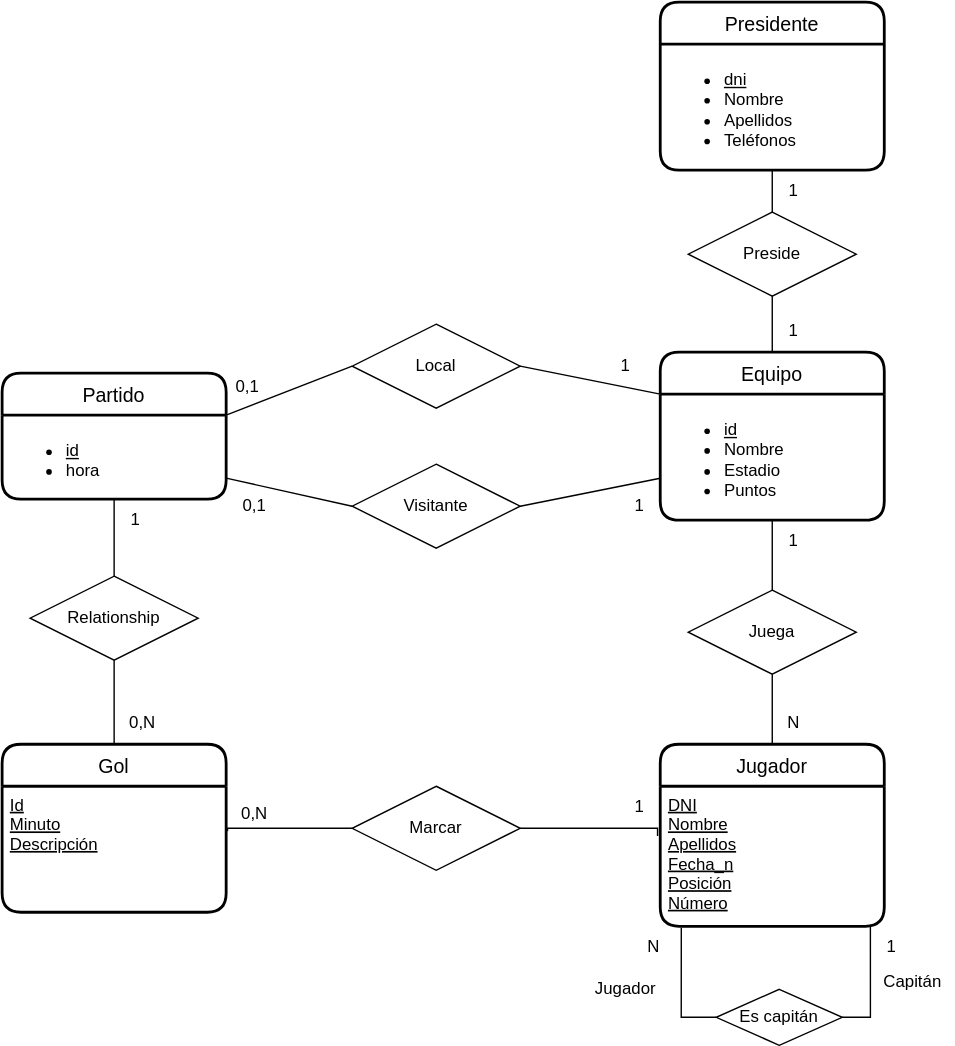
Before: UD12-10.svg, a diagram exported from draw.io (Jimxx22/C3-UD11-UML). Source tidied: cells renumbered, new cells last; positions are measured from the earlier drawing's top-left corner, leaving out a move shared by most shapes.
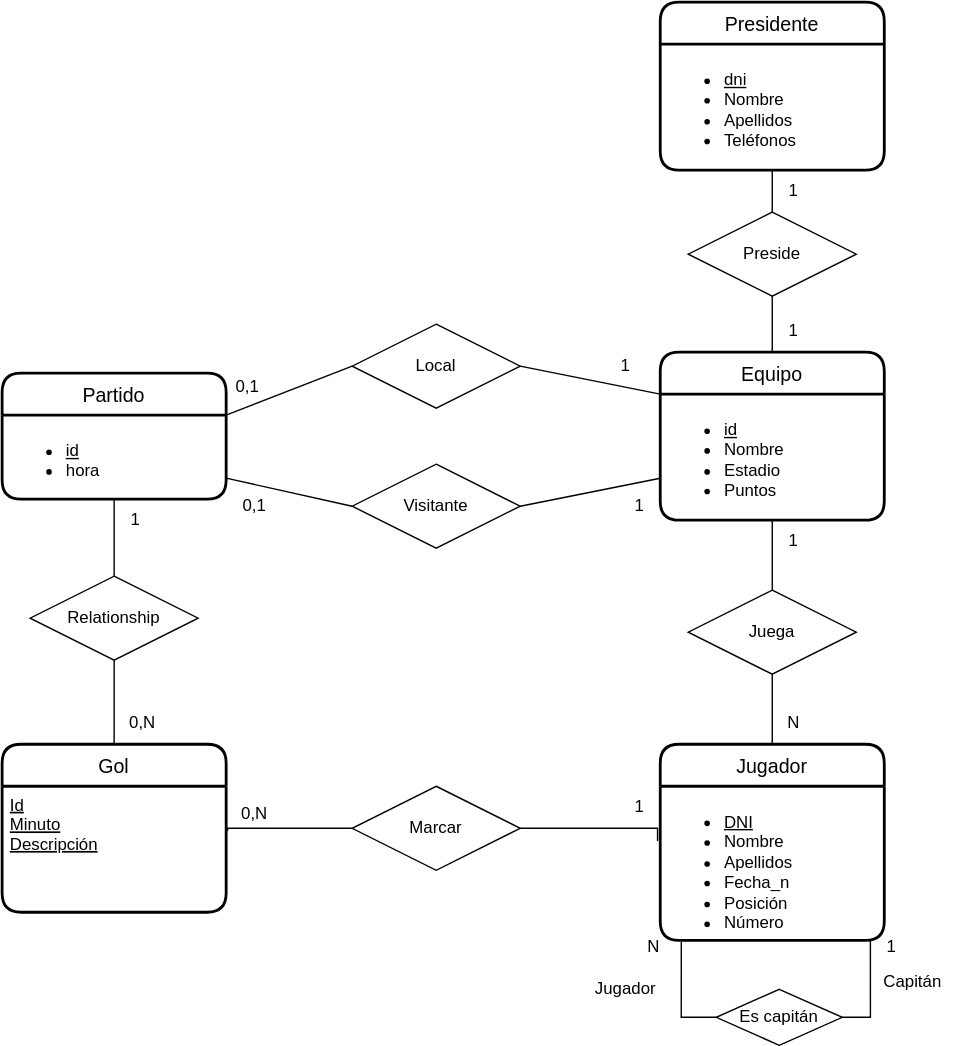
Later version of the same file.

Change to the diagram source:
```diff
@@ -6,10 +6,10 @@
       <mxGeometry relative="1" as="geometry" />
     </mxCell>
     <mxCell id="3" value="Jugador" style="swimlane;horizontal=1;startSize=30;rounded=1;fontSize=14;fontStyle=0;strokeWidth=2;shadow=0;dashed=0;align=center;" parent="1" vertex="1">
-      <mxGeometry x="470" y="530" width="160" height="130" as="geometry" />
+      <mxGeometry x="470" y="530" width="160" height="140" as="geometry" />
     </mxCell>
-    <mxCell id="4" value="DNI&#10;Nombre&#10;Apellidos&#10;Fecha_n&#10;Posición&#10;Número&#10;" style="align=left;strokeColor=none;fillColor=none;spacingLeft=4;fontSize=12;verticalAlign=top;fontStyle=4;" parent="3" vertex="1">
-      <mxGeometry y="30" width="160" height="100" as="geometry" />
+    <mxCell id="4" value="&lt;ul&gt;&lt;li&gt;&lt;u&gt;DNI&lt;/u&gt;&lt;/li&gt;&lt;li&gt;Nombre&lt;/li&gt;&lt;li&gt;Apellidos&lt;/li&gt;&lt;li&gt;Fecha_n&lt;/li&gt;&lt;li&gt;Posición&lt;/li&gt;&lt;li&gt;Número&lt;/li&gt;&lt;/ul&gt;" style="align=left;strokeColor=none;fillColor=none;spacingLeft=4;fontSize=12;verticalAlign=top;fontStyle=0;html=1;" parent="3" vertex="1">
+      <mxGeometry y="30" width="160" height="110" as="geometry" />
     </mxCell>
     <mxCell id="5" value="Partido" style="swimlane;horizontal=1;startSize=30;rounded=1;fontSize=14;fontStyle=0;strokeWidth=2;shadow=0;dashed=0;align=center;" parent="1" vertex="1">
       <mxGeometry y="265" width="160" height="90" as="geometry" />
```
